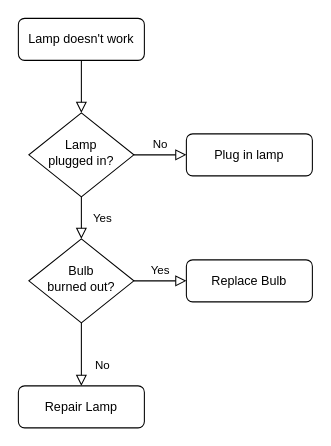
ccut2014/hello-world keeps this draw.io diagram as Untitled Diagram.drawio. Above is the earlier version. Source tidied: cells renumbered, new cells numbered last; positions are measured from the earlier drawing's top-left corner, leaving out a move shared by most shapes. Both pictures are drawn from the tidied source at 105%, with x=0, y=0 at pixel (18, 18).
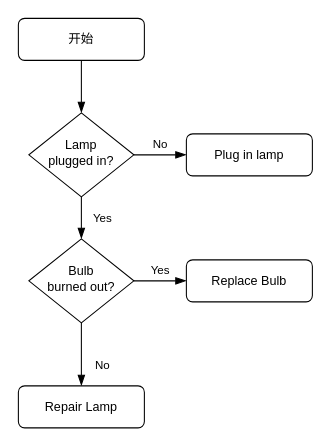
Above is the later version.

Diff of the diagram source:
```diff
@@
 <mxGraphModel>
   <root>
     <mxCell id="0" />
     <mxCell id="1" parent="0" />
-    <mxCell id="2" style="rounded=0;html=1;jettySize=auto;fontSize=11;endArrow=block;endFill=0;endSize=8;strokeWidth=1;shadow=0;labelBackgroundColor=none;edgeStyle=orthogonalEdgeStyle;" parent="1" edge="1" source="3" target="6">
+    <mxCell id="2" style="rounded=0;html=1;jettySize=auto;fontSize=11;endArrow=blockThin;endFill=1;endSize=8;strokeWidth=1;shadow=0;labelBackgroundColor=none;edgeStyle=orthogonalEdgeStyle;" parent="1" edge="1" source="3" target="6">
       <mxGeometry relative="1" as="geometry" />
     </mxCell>
-    <mxCell id="3" value="Lamp doesn't work" style="rounded=1;whiteSpace=wrap;html=1;fontSize=12;glass=0;strokeWidth=1;shadow=0;" parent="1" vertex="1">
+    <mxCell id="3" value="开始" style="rounded=1;whiteSpace=wrap;html=1;fontSize=12;glass=0;strokeWidth=1;shadow=0;" parent="1" vertex="1">
       <mxGeometry width="120" height="40" as="geometry" />
     </mxCell>
-    <mxCell id="4" value="Yes" style="rounded=0;html=1;jettySize=auto;fontSize=11;endArrow=block;endFill=0;endSize=8;strokeWidth=1;shadow=0;labelBackgroundColor=none;edgeStyle=orthogonalEdgeStyle;" parent="1" edge="1" source="6" target="10">
+    <mxCell id="4" value="Yes" style="rounded=0;html=1;jettySize=auto;fontSize=11;endArrow=blockThin;endFill=1;endSize=8;strokeWidth=1;shadow=0;labelBackgroundColor=none;edgeStyle=orthogonalEdgeStyle;" parent="1" edge="1" source="6" target="10">
       <mxGeometry y="20" relative="1" as="geometry" />
     </mxCell>
-    <mxCell id="5" value="No" style="edgeStyle=orthogonalEdgeStyle;rounded=0;html=1;jettySize=auto;fontSize=11;endArrow=block;endFill=0;endSize=8;strokeWidth=1;shadow=0;labelBackgroundColor=none;" parent="1" edge="1" source="6" target="7">
+    <mxCell id="5" value="No" style="edgeStyle=orthogonalEdgeStyle;rounded=0;html=1;jettySize=auto;fontSize=11;endArrow=blockThin;endFill=1;endSize=8;strokeWidth=1;shadow=0;labelBackgroundColor=none;" parent="1" edge="1" source="6" target="7">
       <mxGeometry y="10" relative="1" as="geometry" />
     </mxCell>
     <mxCell id="6" value="Lamp&lt;br&gt;plugged in?" style="rhombus;whiteSpace=wrap;html=1;shadow=0;fontFamily=Helvetica;fontSize=12;align=center;strokeWidth=1;spacing=6;spacingTop=-4;" parent="1" vertex="1">
       <mxGeometry x="10" y="90" width="100" height="80" as="geometry" />
     </mxCell>
     <mxCell id="7" value="Plug in lamp" style="rounded=1;whiteSpace=wrap;html=1;fontSize=12;glass=0;strokeWidth=1;shadow=0;" parent="1" vertex="1">
       <mxGeometry x="160" y="110" width="120" height="40" as="geometry" />
     </mxCell>
-    <mxCell id="8" value="No" style="rounded=0;html=1;jettySize=auto;fontSize=11;endArrow=block;endFill=0;endSize=8;strokeWidth=1;shadow=0;labelBackgroundColor=none;edgeStyle=orthogonalEdgeStyle;" parent="1" edge="1" source="10" target="11">
+    <mxCell id="8" value="No" style="rounded=0;html=1;jettySize=auto;fontSize=11;endArrow=blockThin;endFill=1;endSize=8;strokeWidth=1;shadow=0;labelBackgroundColor=none;edgeStyle=orthogonalEdgeStyle;" parent="1" edge="1" source="10" target="11">
       <mxGeometry x="0.33" y="20" relative="1" as="geometry" />
     </mxCell>
-    <mxCell id="9" value="Yes" style="edgeStyle=orthogonalEdgeStyle;rounded=0;html=1;jettySize=auto;fontSize=11;endArrow=block;endFill=0;endSize=8;strokeWidth=1;shadow=0;labelBackgroundColor=none;" parent="1" edge="1" source="10" target="12">
+    <mxCell id="9" value="Yes" style="edgeStyle=orthogonalEdgeStyle;rounded=0;html=1;jettySize=auto;fontSize=11;endArrow=blockThin;endFill=1;endSize=8;strokeWidth=1;shadow=0;labelBackgroundColor=none;" parent="1" edge="1" source="10" target="12">
       <mxGeometry y="10" relative="1" as="geometry" />
     </mxCell>
     <mxCell id="10" value="Bulb&lt;br&gt;burned out?" style="rhombus;whiteSpace=wrap;html=1;shadow=0;fontFamily=Helvetica;fontSize=12;align=center;strokeWidth=1;spacing=6;spacingTop=-4;" parent="1" vertex="1">
       <mxGeometry x="10" y="210" width="100" height="80" as="geometry" />
     </mxCell>
     <mxCell id="11" value="Repair Lamp" style="rounded=1;whiteSpace=wrap;html=1;fontSize=12;glass=0;strokeWidth=1;shadow=0;" parent="1" vertex="1">
       <mxGeometry y="350" width="120" height="40" as="geometry" />
     </mxCell>
     <mxCell id="12" value="Replace Bulb" style="rounded=1;whiteSpace=wrap;html=1;fontSize=12;glass=0;strokeWidth=1;shadow=0;" parent="1" vertex="1">
       <mxGeometry x="160" y="230" width="120" height="40" as="geometry" />
     </mxCell>
   </root>
 </mxGraphModel>
```
